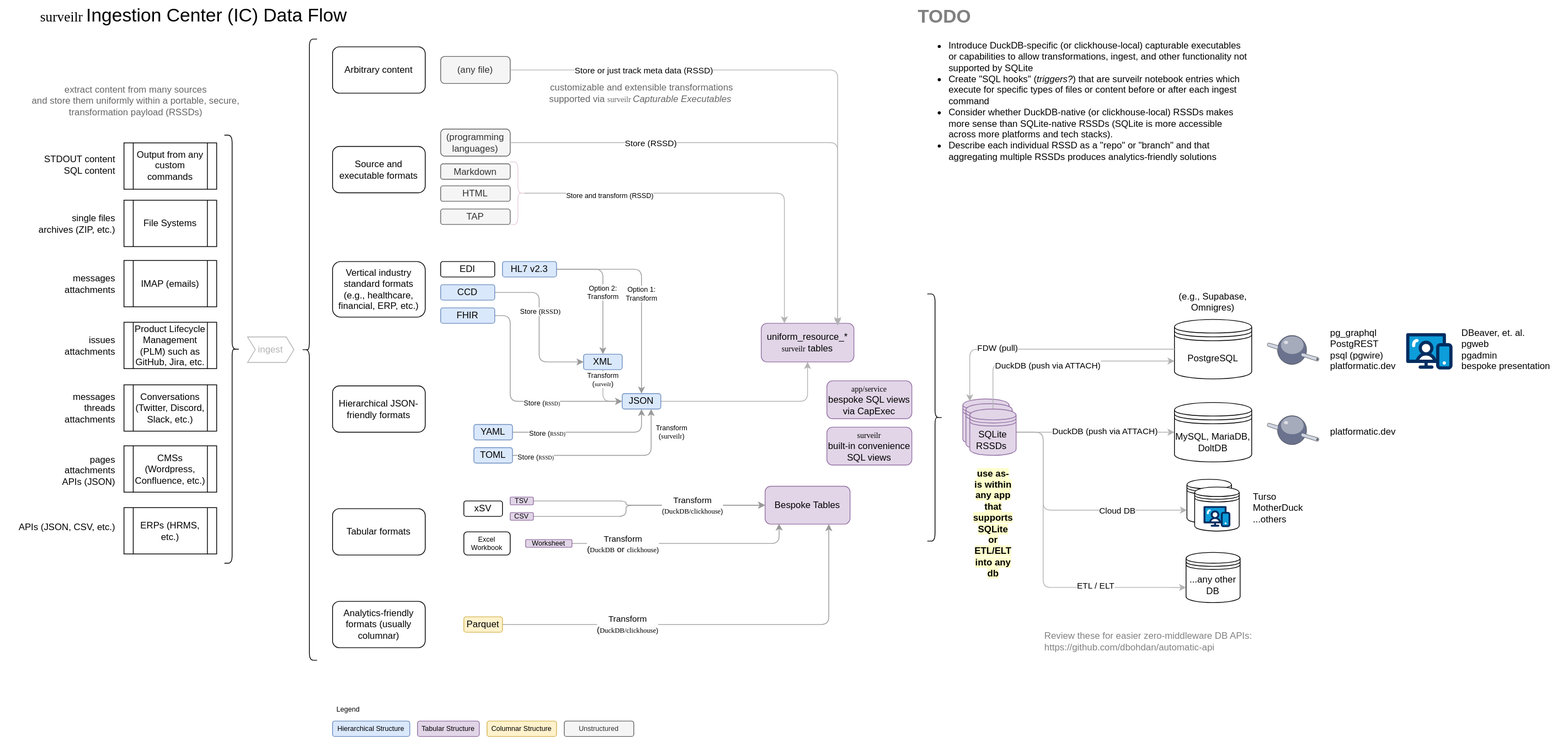
opsfolio/docs.opsfolio.com keeps this draw.io diagram as public/surveilr-ingestion-data-flow.drawio.svg. Above is the earlier version. Source tidied: cells renumbered, new cells last; positions are measured from the earlier drawing's top-left corner, leaving out a move shared by most shapes.
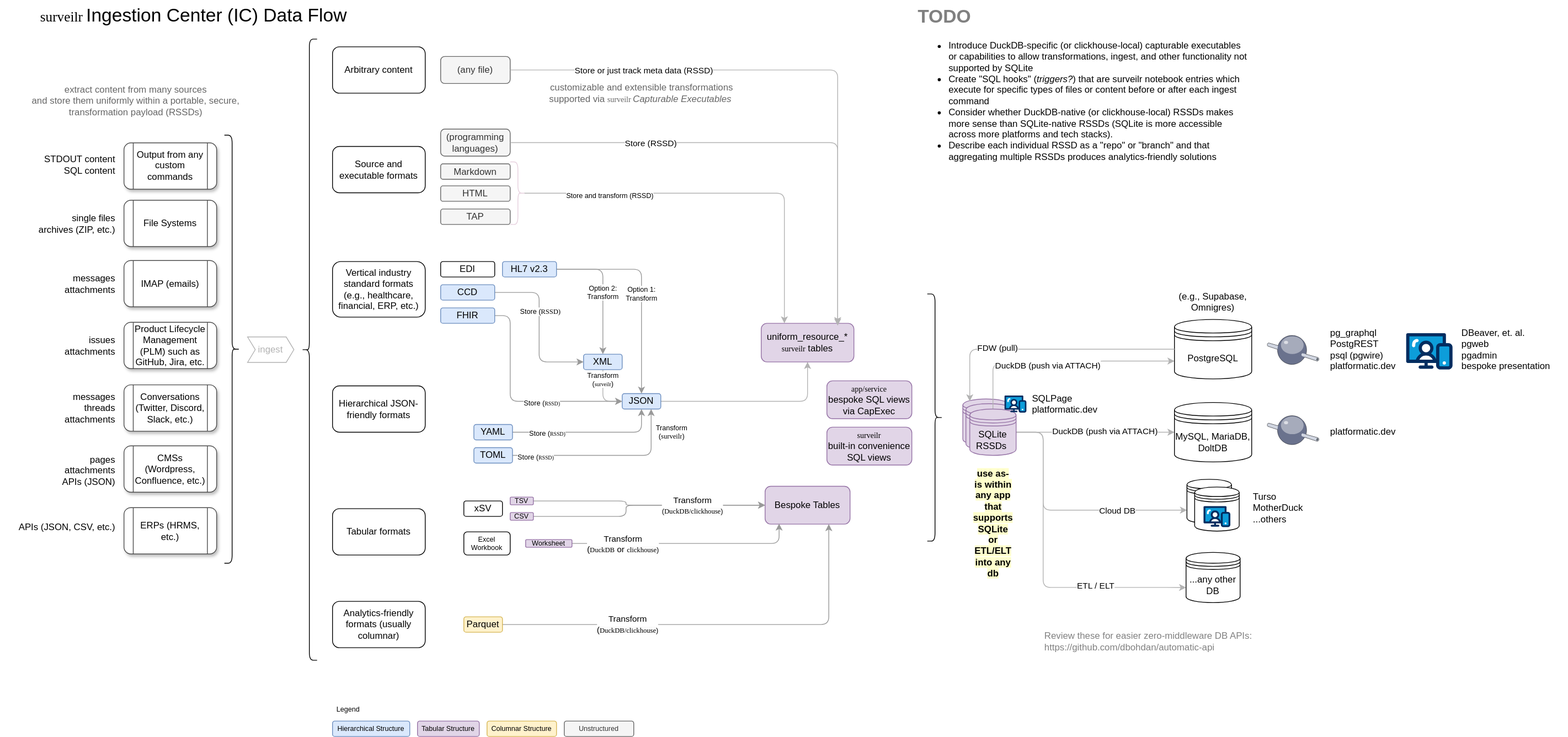
Later version of the same file.

Commit message:
explain how SQLPage could operate on RSSDs

What changed in the source:
```diff
@@ -303,16 +303,16 @@
     <mxCell id="90" value="Review these for easier zero-middleware DB APIs:&lt;div&gt;https://github.com/dbohdan/automatic-api&lt;/div&gt;" style="text;html=1;align=left;verticalAlign=middle;strokeColor=none;fillColor=none;fontColor=#808080;" parent="1" vertex="1">
       <mxGeometry x="1350" y="810" width="290" height="40" as="geometry" />
     </mxCell>
-    <mxCell id="91" value="File Systems" style="shape=process;whiteSpace=wrap;html=1;backgroundOutline=1;" parent="1" vertex="1">
+    <mxCell id="91" value="File Systems" style="shape=process;whiteSpace=wrap;html=1;backgroundOutline=1;rounded=1;glass=0;shadow=1;strokeColor=#4D4D4D;" parent="1" vertex="1">
       <mxGeometry x="160" y="258.6" width="120" height="60" as="geometry" />
     </mxCell>
-    <mxCell id="92" value="IMAP (emails)" style="shape=process;whiteSpace=wrap;html=1;backgroundOutline=1;" parent="1" vertex="1">
+    <mxCell id="92" value="IMAP (emails)" style="shape=process;whiteSpace=wrap;html=1;backgroundOutline=1;rounded=1;glass=0;shadow=1;strokeColor=#4D4D4D;" parent="1" vertex="1">
       <mxGeometry x="160" y="336.6" width="120" height="60" as="geometry" />
     </mxCell>
-    <mxCell id="93" value="Product Lifecycle Management (PLM) such as GitHub, Jira, etc." style="shape=process;whiteSpace=wrap;html=1;backgroundOutline=1;" parent="1" vertex="1">
+    <mxCell id="93" value="Product Lifecycle Management (PLM) such as GitHub, Jira, etc." style="shape=process;whiteSpace=wrap;html=1;backgroundOutline=1;rounded=1;glass=0;shadow=1;strokeColor=#4D4D4D;" parent="1" vertex="1">
       <mxGeometry x="160" y="416.6" width="120" height="60" as="geometry" />
     </mxCell>
-    <mxCell id="94" value="Conversations (Twitter, Discord, Slack, etc.)" style="shape=process;whiteSpace=wrap;html=1;backgroundOutline=1;" parent="1" vertex="1">
+    <mxCell id="94" value="Conversations (Twitter, Discord, Slack, etc.)" style="shape=process;whiteSpace=wrap;html=1;backgroundOutline=1;rounded=1;glass=0;shadow=1;strokeColor=#4D4D4D;" parent="1" vertex="1">
       <mxGeometry x="160" y="497.6" width="120" height="60" as="geometry" />
     </mxCell>
     <mxCell id="95" value="single files&lt;div&gt;archives (ZIP, etc.)&lt;/div&gt;" style="text;html=1;align=right;verticalAlign=middle;strokeColor=none;fillColor=none;" parent="1" vertex="1">
@@ -330,10 +330,10 @@
     <mxCell id="99" style="shape=curlyBracket;whiteSpace=wrap;html=1;rounded=1;flipH=1;labelPosition=right;verticalLabelPosition=middle;align=left;verticalAlign=middle;" parent="1" vertex="1">
       <mxGeometry x="290" y="174.4" width="20" height="554.2" as="geometry" />
     </mxCell>
-    <mxCell id="100" value="CMSs (Wordpress, Confluence, etc.)" style="shape=process;whiteSpace=wrap;html=1;backgroundOutline=1;" parent="1" vertex="1">
+    <mxCell id="100" value="CMSs (Wordpress, Confluence, etc.)" style="shape=process;whiteSpace=wrap;html=1;backgroundOutline=1;rounded=1;glass=0;shadow=1;strokeColor=#4D4D4D;" parent="1" vertex="1">
       <mxGeometry x="160" y="576.6" width="120" height="60" as="geometry" />
     </mxCell>
-    <mxCell id="101" value="ERPs (HRMS, etc.)" style="shape=process;whiteSpace=wrap;html=1;backgroundOutline=1;" parent="1" vertex="1">
+    <mxCell id="101" value="ERPs (HRMS, etc.)" style="shape=process;whiteSpace=wrap;html=1;backgroundOutline=1;rounded=1;glass=0;shadow=1;strokeColor=#4D4D4D;" parent="1" vertex="1">
       <mxGeometry x="160" y="656.6" width="120" height="60" as="geometry" />
     </mxCell>
     <mxCell id="102" value="ingest" style="shape=step;perimeter=stepPerimeter;whiteSpace=wrap;html=1;fixedSize=1;size=10;strokeColor=#B3B3B3;fontColor=#B3B3B3;" parent="1" vertex="1">
@@ -345,7 +345,7 @@
     <mxCell id="104" value="APIs (&lt;span style=&quot;background-color: initial;&quot;&gt;JSON, CSV, etc.)&lt;/span&gt;" style="text;html=1;align=right;verticalAlign=middle;strokeColor=none;fillColor=none;" parent="1" vertex="1">
       <mxGeometry y="667.4" width="150" height="30" as="geometry" />
     </mxCell>
-    <mxCell id="105" value="Output from any custom commands" style="shape=process;whiteSpace=wrap;html=1;backgroundOutline=1;" parent="1" vertex="1">
+    <mxCell id="105" value="Output from any custom commands" style="shape=process;whiteSpace=wrap;html=1;backgroundOutline=1;rounded=1;glass=0;shadow=1;strokeColor=#4D4D4D;" parent="1" vertex="1">
       <mxGeometry x="160" y="184.4" width="120" height="60" as="geometry" />
     </mxCell>
     <mxCell id="106" value="&lt;div&gt;STDOUT content&lt;/div&gt;&lt;div&gt;SQL content&lt;/div&gt;" style="text;html=1;align=right;verticalAlign=middle;strokeColor=none;fillColor=none;" parent="1" vertex="1">
@@ -384,5 +384,11 @@
     <mxCell id="117" value="Turso&lt;div&gt;MotherDuck&lt;/div&gt;&lt;div&gt;...others&lt;/div&gt;" style="text;html=1;align=left;verticalAlign=middle;strokeColor=none;fillColor=none;" parent="1" vertex="1">
       <mxGeometry x="1620" y="627" width="90" height="60" as="geometry" />
     </mxCell>
+    <mxCell id="118" style="verticalLabelPosition=bottom;html=1;shape=mxgraph.salesforce.web;" parent="1" vertex="1">
+      <mxGeometry x="1300" y="511.4" width="28.3" height="22.4" as="geometry" />
+    </mxCell>
+    <mxCell id="119" value="SQLPage&lt;br&gt;&lt;div&gt;platformatic.dev&lt;br&gt;&lt;div&gt;&lt;span style=&quot;color: rgba(0, 0, 0, 0); font-family: monospace; font-size: 0px;&quot;&gt;%3CmxGraphModel%3E%3Croot%3E%3CmxCell%20id%3D%220%22%2F%3E%3CmxCell%20id%3D%221%22%20parent%3D%220%22%2F%3E%3CmxCell%20id%3D%222%22%20value%3D%22platformatic.dev%22%20style%3D%22text%3Bhtml%3D1%3Balign%3Dleft%3BverticalAlign%3Dmiddle%3Bresizable%3D0%3Bpoints%3D%5B%5D%3Bautosize%3D1%3BstrokeColor%3Dnone%3BfillColor%3Dnone%3B%22%20vertex%3D%221%22%20parent%3D%221%22%3E%3CmxGeometry%20x%3D%221340%22%20y%3D%22564%22%20width%3D%22110%22%20height%3D%2230%22%20as%3D%22geometry%22%2F%3E%3C%2FmxCell%3E%3C%2Froot%3E%3C%2FmxGraphModel%&lt;/span&gt;&lt;/div&gt;&lt;/div&gt;" style="text;html=1;align=left;verticalAlign=middle;strokeColor=none;fillColor=none;" parent="1" vertex="1">
+      <mxGeometry x="1334.3" y="500" width="110" height="60" as="geometry" />
+    </mxCell>
   </root>
 </mxGraphModel>
```
